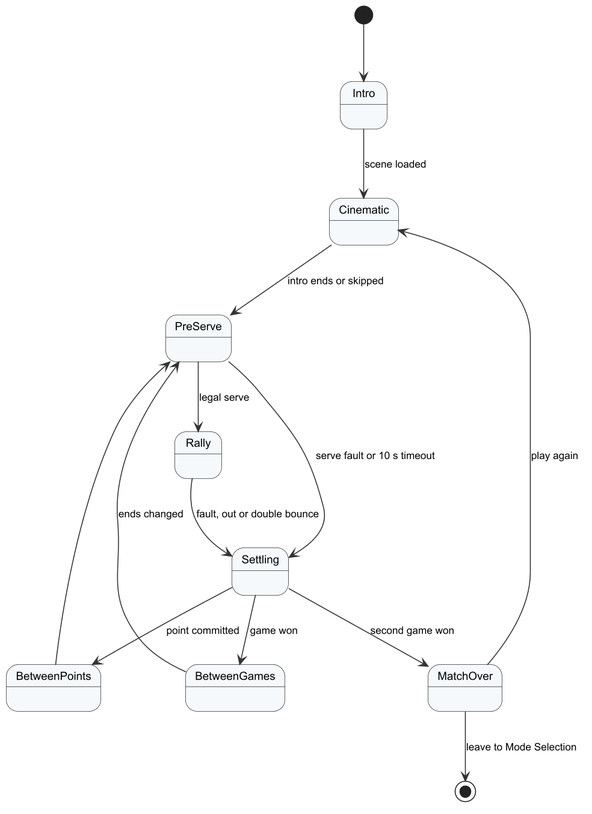
Above: Doc/Project_report/Report/diagrams/png/r4_sm_botmatch.png in Tad-Min/PickleVerse (PlantUML), before the change.
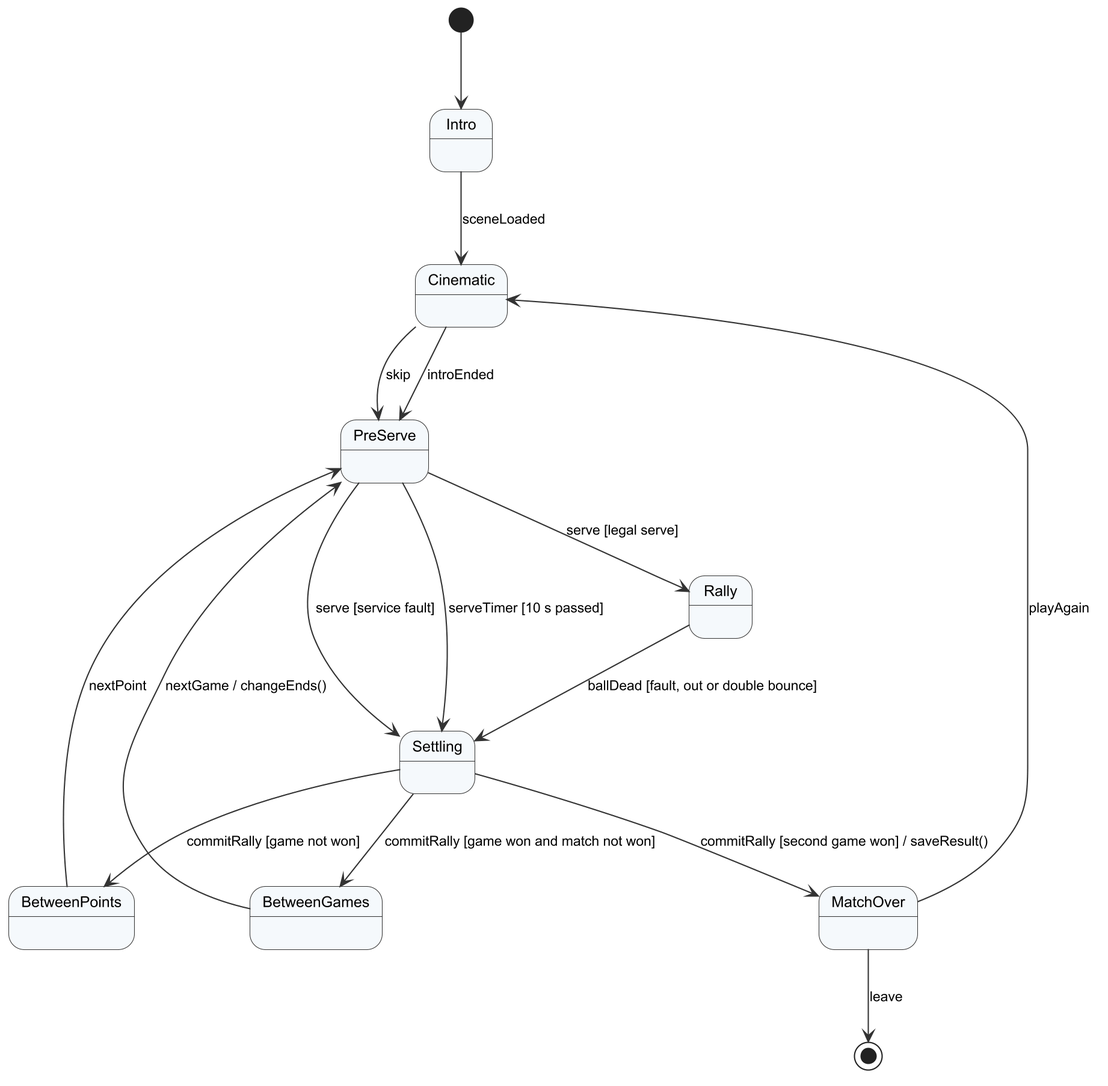
The same file after the commit.

Change to the diagram source:
```diff
@@ -1,16 +1,18 @@
 @startuml r4_sm_botmatch
 !include _style.iuml
 [*] --> Intro
-Intro --> Cinematic : scene loaded
-Cinematic --> PreServe : intro ends or skipped
-PreServe --> Rally : legal serve
-PreServe --> Settling : serve fault or 10 s timeout
-Rally --> Settling : fault, out or double bounce
-Settling --> BetweenPoints : point committed
-Settling --> BetweenGames : game won
-Settling --> MatchOver : second game won
-BetweenPoints --> PreServe
-BetweenGames --> PreServe : ends changed
-MatchOver --> Cinematic : play again
-MatchOver --> [*] : leave to Mode Selection
+Intro --> Cinematic : sceneLoaded
+Cinematic --> PreServe : introEnded
+Cinematic --> PreServe : skip
+PreServe --> Rally : serve [legal serve]
+PreServe --> Settling : serve [service fault]
+PreServe --> Settling : serveTimer [10 s passed]
+Rally --> Settling : ballDead [fault, out or double bounce]
+Settling --> BetweenPoints : commitRally [game not won]
+Settling --> BetweenGames : commitRally [game won and match not won]
+Settling --> MatchOver : commitRally [second game won] / saveResult()
+BetweenPoints --> PreServe : nextPoint
+BetweenGames --> PreServe : nextGame / changeEnds()
+MatchOver --> Cinematic : playAgain
+MatchOver --> [*] : leave
 @enduml
```
